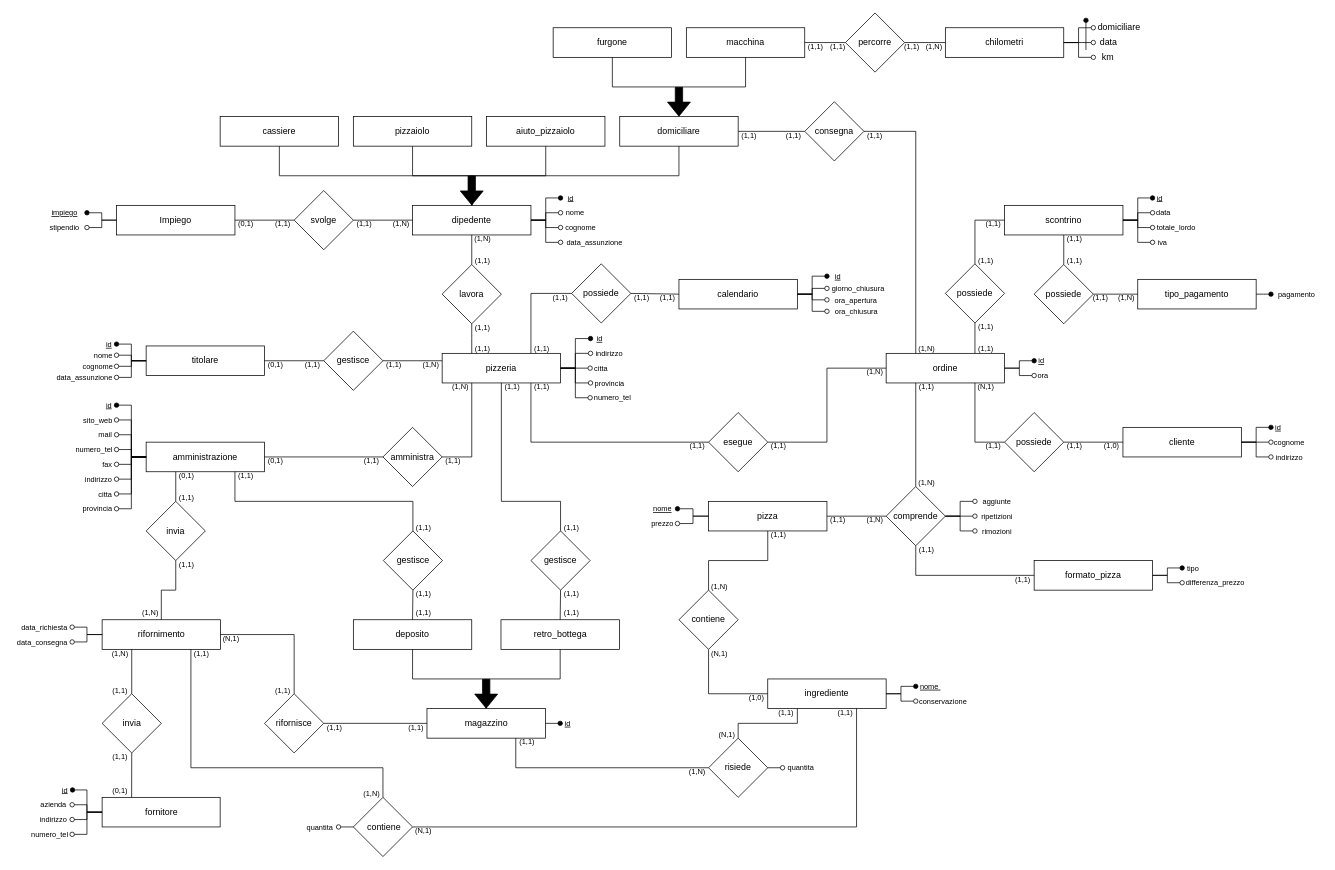
Above: Draw/PaduPizzaER.drawio in NicholasPilotto/PaduPizza (draw.io), before the change. Source tidied: cells renumbered, new cells numbered last; positions are measured from the earlier drawing's top-left corner, leaving out a move shared by most shapes. Both pictures are drawn from the tidied source at 74%, with x=0, y=0 at pixel (13, 13).
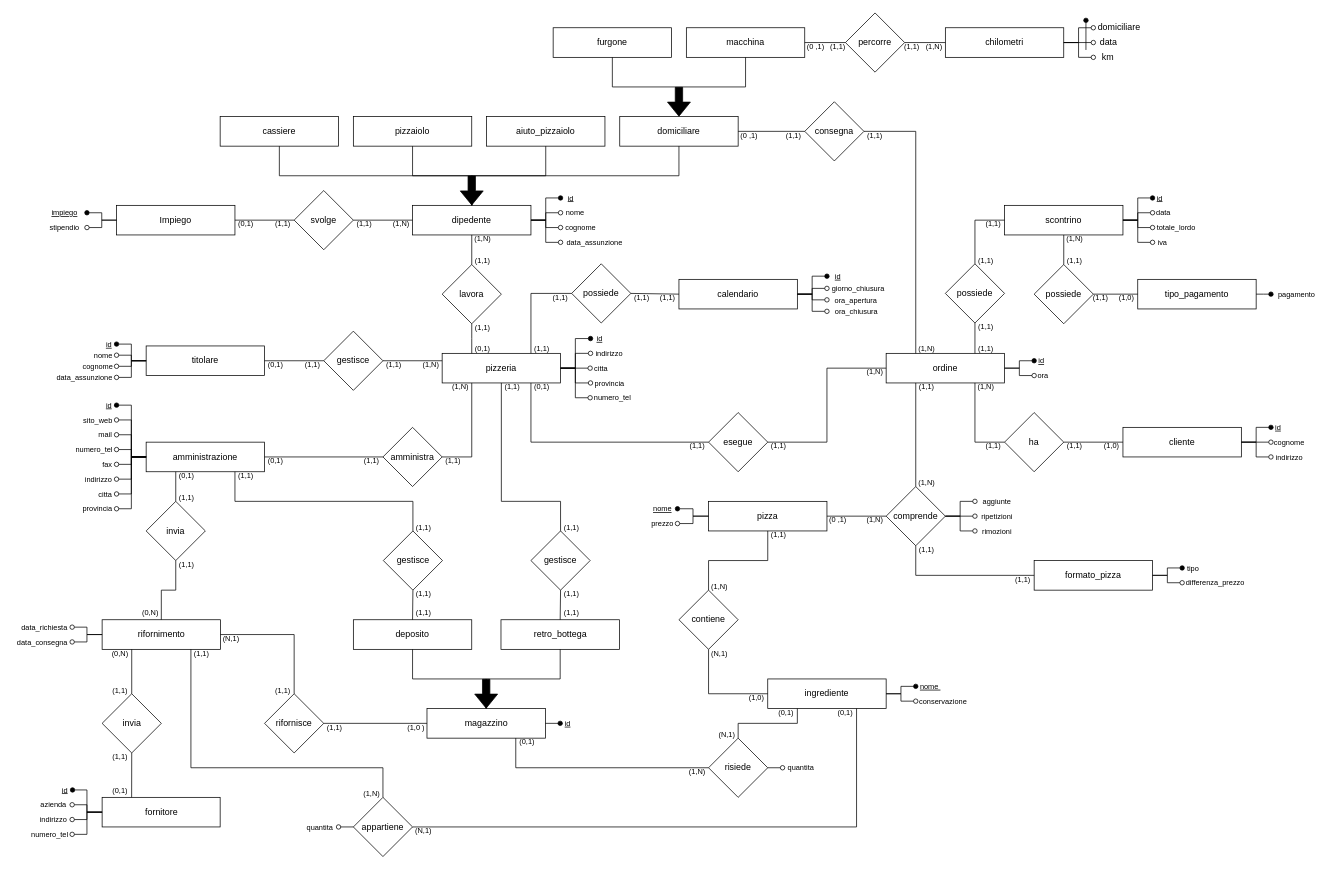
Above is the later version.

Change to the diagram source:
```diff
@@
-    <mxCell id="56" value="&amp;nbsp;contiene" style="rhombus;whiteSpace=wrap;html=1;" parent="1" vertex="1">
+    <mxCell id="56" value="appartiene" style="rhombus;whiteSpace=wrap;html=1;" parent="1" vertex="1">
       <mxGeometry x="460" y="1060" width="80" height="80" as="geometry" />
     </mxCell>
@@
-    <mxCell id="193" value="possiede" style="rhombus;whiteSpace=wrap;html=1;" parent="1" vertex="1">
+    <mxCell id="193" value="ha" style="rhombus;whiteSpace=wrap;html=1;" parent="1" vertex="1">
       <mxGeometry x="1340" y="540" width="80" height="80" as="geometry" />
     </mxCell>
@@
-    <mxCell id="209" value="(1,1)" style="text;html=1;strokeColor=none;fillColor=none;align=center;verticalAlign=middle;whiteSpace=wrap;rounded=0;fontSize=10;" parent="1" vertex="1">
+    <mxCell id="209" value="(0,1)" style="text;html=1;strokeColor=none;fillColor=none;align=center;verticalAlign=middle;whiteSpace=wrap;rounded=0;fontSize=10;" parent="1" vertex="1">
       <mxGeometry x="620" y="447.5" width="30" height="10" as="geometry" />
     </mxCell>
@@
-    <mxCell id="228" value="(1,1)" style="text;html=1;strokeColor=none;fillColor=none;align=center;verticalAlign=middle;whiteSpace=wrap;rounded=0;fontSize=10;" parent="1" vertex="1">
+    <mxCell id="228" value="(0 ,1)" style="text;html=1;strokeColor=none;fillColor=none;align=center;verticalAlign=middle;whiteSpace=wrap;rounded=0;fontSize=10;" parent="1" vertex="1">
       <mxGeometry x="1070" y="40.2" width="30" height="10" as="geometry" />
     </mxCell>
@@
-    <mxCell id="230" value="(1,1)" style="text;html=1;strokeColor=none;fillColor=none;align=center;verticalAlign=middle;whiteSpace=wrap;rounded=0;fontSize=10;" parent="1" vertex="1">
+    <mxCell id="230" value="(0 ,1)" style="text;html=1;strokeColor=none;fillColor=none;align=center;verticalAlign=middle;whiteSpace=wrap;rounded=0;fontSize=10;" parent="1" vertex="1">
       <mxGeometry x="980" y="160" width="30" height="10" as="geometry" />
     </mxCell>
@@
-    <mxCell id="244" value="(N,1)" style="text;html=1;strokeColor=none;fillColor=none;align=center;verticalAlign=middle;whiteSpace=wrap;rounded=0;fontSize=10;" parent="1" vertex="1">
-      <mxGeometry x="1300" y="500" width="30" height="10" as="geometry" />
-    </mxCell>
@@
-    <mxCell id="248" value="(1,1)" style="text;html=1;strokeColor=none;fillColor=none;align=center;verticalAlign=middle;whiteSpace=wrap;rounded=0;fontSize=10;" parent="1" vertex="1">
+    <mxCell id="248" value="(0,1)" style="text;html=1;strokeColor=none;fillColor=none;align=center;verticalAlign=middle;whiteSpace=wrap;rounded=0;fontSize=10;" parent="1" vertex="1">
       <mxGeometry x="700" y="500.2" width="30" height="10" as="geometry" />
     </mxCell>
@@
-    <mxCell id="261" value="(1,1)" style="text;html=1;strokeColor=none;fillColor=none;align=center;verticalAlign=middle;whiteSpace=wrap;rounded=0;fontSize=10;" parent="1" vertex="1">
+    <mxCell id="261" value="(0 ,1)" style="text;html=1;strokeColor=none;fillColor=none;align=center;verticalAlign=middle;whiteSpace=wrap;rounded=0;fontSize=10;" parent="1" vertex="1">
       <mxGeometry x="1100" y="680" width="30" height="10" as="geometry" />
     </mxCell>
@@
-    <mxCell id="267" value="(1,1)" style="text;html=1;strokeColor=none;fillColor=none;align=center;verticalAlign=middle;whiteSpace=wrap;rounded=0;fontSize=10;" parent="1" vertex="1">
+    <mxCell id="267" value="(0,1)" style="text;html=1;strokeColor=none;fillColor=none;align=center;verticalAlign=middle;whiteSpace=wrap;rounded=0;fontSize=10;" parent="1" vertex="1">
       <mxGeometry x="1030" y="939.8" width="30" height="10" as="geometry" />
     </mxCell>
-    <mxCell id="268" value="(1,1)" style="text;html=1;strokeColor=none;fillColor=none;align=center;verticalAlign=middle;whiteSpace=wrap;rounded=0;fontSize=10;" parent="1" vertex="1">
+    <mxCell id="268" value="(0,1)" style="text;html=1;strokeColor=none;fillColor=none;align=center;verticalAlign=middle;whiteSpace=wrap;rounded=0;fontSize=10;" parent="1" vertex="1">
       <mxGeometry x="680" y="980" width="30" height="10" as="geometry" />
     </mxCell>
@@
-    <mxCell id="271" value="(1,1)" style="text;html=1;strokeColor=none;fillColor=none;align=center;verticalAlign=middle;whiteSpace=wrap;rounded=0;fontSize=10;" parent="1" vertex="1">
+    <mxCell id="271" value="(0,1)" style="text;html=1;strokeColor=none;fillColor=none;align=center;verticalAlign=middle;whiteSpace=wrap;rounded=0;fontSize=10;" parent="1" vertex="1">
       <mxGeometry x="1110" y="940" width="30" height="10" as="geometry" />
     </mxCell>
@@
-    <mxCell id="275" value="(1,N)" style="text;html=1;strokeColor=none;fillColor=none;align=center;verticalAlign=middle;whiteSpace=wrap;rounded=0;fontSize=10;" parent="1" vertex="1">
+    <mxCell id="275" value="(0,N)" style="text;html=1;strokeColor=none;fillColor=none;align=center;verticalAlign=middle;whiteSpace=wrap;rounded=0;fontSize=10;" parent="1" vertex="1">
       <mxGeometry x="130" y="860" width="30" height="10.2" as="geometry" />
     </mxCell>
@@
-    <mxCell id="282" value="(1,1)" style="text;html=1;strokeColor=none;fillColor=none;align=center;verticalAlign=middle;whiteSpace=wrap;rounded=0;fontSize=10;" parent="1" vertex="1">
+    <mxCell id="282" value="(1,0 )" style="text;html=1;strokeColor=none;fillColor=none;align=center;verticalAlign=middle;whiteSpace=wrap;rounded=0;fontSize=10;" parent="1" vertex="1">
       <mxGeometry x="530" y="960.1" width="30" height="10" as="geometry" />
     </mxCell>
@@
-    <mxCell id="286" value="(1,N)" style="text;html=1;strokeColor=none;fillColor=none;align=center;verticalAlign=middle;whiteSpace=wrap;rounded=0;fontSize=10;" parent="1" vertex="1">
+    <mxCell id="286" value="(0,N)" style="text;html=1;strokeColor=none;fillColor=none;align=center;verticalAlign=middle;whiteSpace=wrap;rounded=0;fontSize=10;" parent="1" vertex="1">
       <mxGeometry x="170.5" y="805" width="30" height="10.2" as="geometry" />
     </mxCell>
@@
-    <mxCell id="294" value="(1,1)" style="text;html=1;strokeColor=none;fillColor=none;align=center;verticalAlign=middle;whiteSpace=wrap;rounded=0;fontSize=10;" parent="1" vertex="1">
-      <mxGeometry x="1420" y="300" width="30" height="10" as="geometry" />
+    <mxCell id="294" value="(1,0)" style="text;html=1;strokeColor=none;fillColor=none;align=center;verticalAlign=middle;whiteSpace=wrap;rounded=0;fontSize=10;" parent="1" vertex="1">
+      <mxGeometry x="1490" y="380.2" width="30" height="10" as="geometry" />
     </mxCell>
@@
     <mxCell id="296" value="(1,N)" style="text;html=1;strokeColor=none;fillColor=none;align=center;verticalAlign=middle;whiteSpace=wrap;rounded=0;fontSize=10;" parent="1" vertex="1">
-      <mxGeometry x="1490" y="380.2" width="30" height="10" as="geometry" />
+      <mxGeometry x="1420" y="300" width="30" height="10" as="geometry" />
     </mxCell>
+    <mxCell id="297" value="(1,N)" style="text;html=1;strokeColor=none;fillColor=none;align=center;verticalAlign=middle;whiteSpace=wrap;rounded=0;fontSize=10;" parent="1" vertex="1">
+      <mxGeometry x="1300" y="500.2" width="30" height="10" as="geometry" />
+    </mxCell>
```
